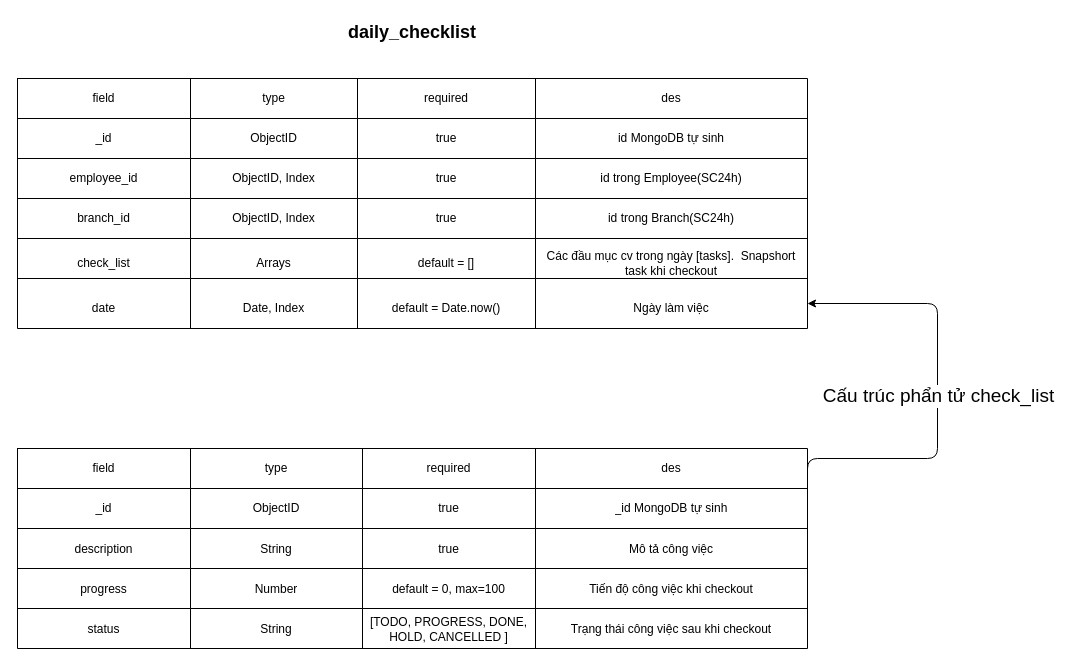
The draw.io diagram md/db/db-option-2.drawio in hungnm3112/project-timekeeper, before the edit. Source tidied: cells renumbered, new cells numbered last; positions are measured from the earlier drawing's top-left corner, leaving out a move shared by most shapes. Both pictures are drawn from the tidied source at 100%, with x=0, y=0 at pixel (17, 17).
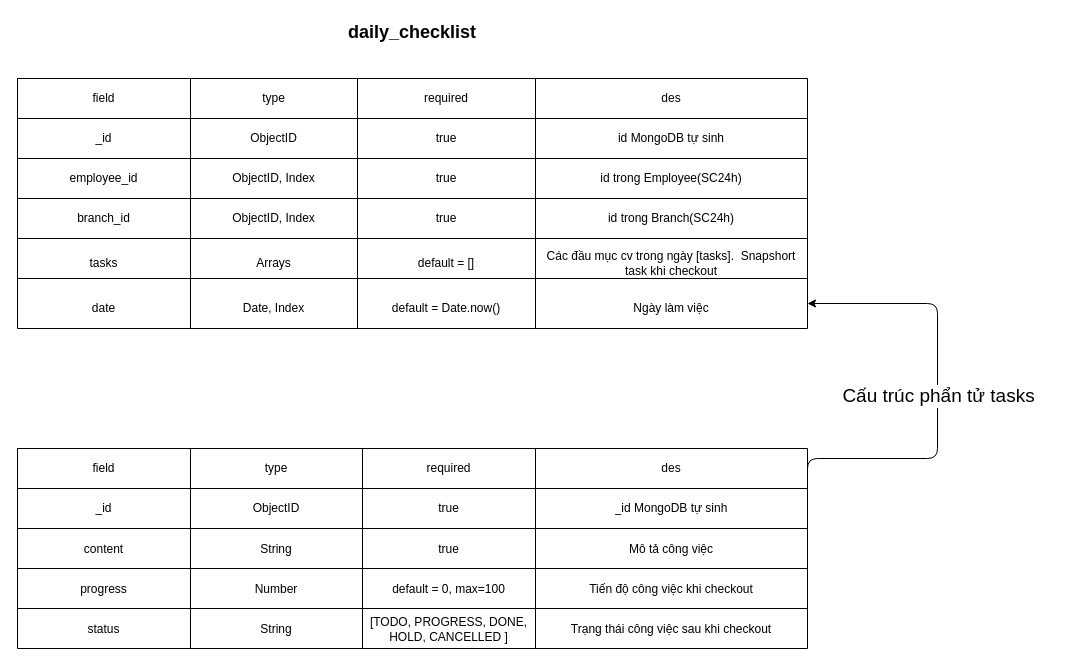
After the change.

Commit message (it also covers changes not shown here):
docs(api): hoan thien dac ta api 01 07 08 va dong bo schema tasks content

Unchanged cells that the change refers to:
```xml
<mxCell id="59" style="endArrow=classic;html=1;fontSize=19;exitX=0.443;exitY=0;exitDx=0;exitDy=0;exitPerimeter=0;entryX=1;entryY=0.5;entryDx=0;entryDy=0;" parent="1" edge="1" target="28">
  <mxGeometry relative="1" as="geometry">
    <mxPoint x="790" y="471" as="sourcePoint" />
    <Array as="points">
      <mxPoint x="790" y="441" />
      <mxPoint x="920" y="441" />
      <mxPoint x="920" y="286" />
    </Array>
  </mxGeometry>
</mxCell>
```

Diff of the diagram source:
```diff
@@
-    <mxCell id="60" value="Cấu trúc phẩn tử check_list" style="edgeLabel;html=1;align=center;verticalAlign=middle;fontSize=19;" parent="59" vertex="1">
+    <mxCell id="60" value="Cấu trúc phẩn tử tasks" style="edgeLabel;html=1;align=center;verticalAlign=middle;fontSize=19;" parent="59" vertex="1">
       <mxGeometry relative="1" as="geometry" />
     </mxCell>
@@
-    <mxCell id="62" value="description" style="shape=partialRectangle;html=1;whiteSpace=wrap;overflow=hidden;fillColor=none;top=0;left=0;bottom=0;right=0;" parent="1" vertex="1">
+    <mxCell id="62" value="content" style="shape=partialRectangle;html=1;whiteSpace=wrap;overflow=hidden;fillColor=none;top=0;left=0;bottom=0;right=0;" parent="1" vertex="1">
       <mxGeometry y="512" width="173" height="40" as="geometry" />
     </mxCell>
@@
-    <mxCell id="78" value="check_list" style="shape=partialRectangle;html=1;whiteSpace=wrap;overflow=hidden;fillColor=none;top=0;left=0;bottom=0;right=0;" parent="1" vertex="1">
+    <mxCell id="78" value="tasks" style="shape=partialRectangle;html=1;whiteSpace=wrap;overflow=hidden;fillColor=none;top=0;left=0;bottom=0;right=0;" parent="1" vertex="1">
       <mxGeometry y="221" width="173" height="50" as="geometry" />
     </mxCell>
```
